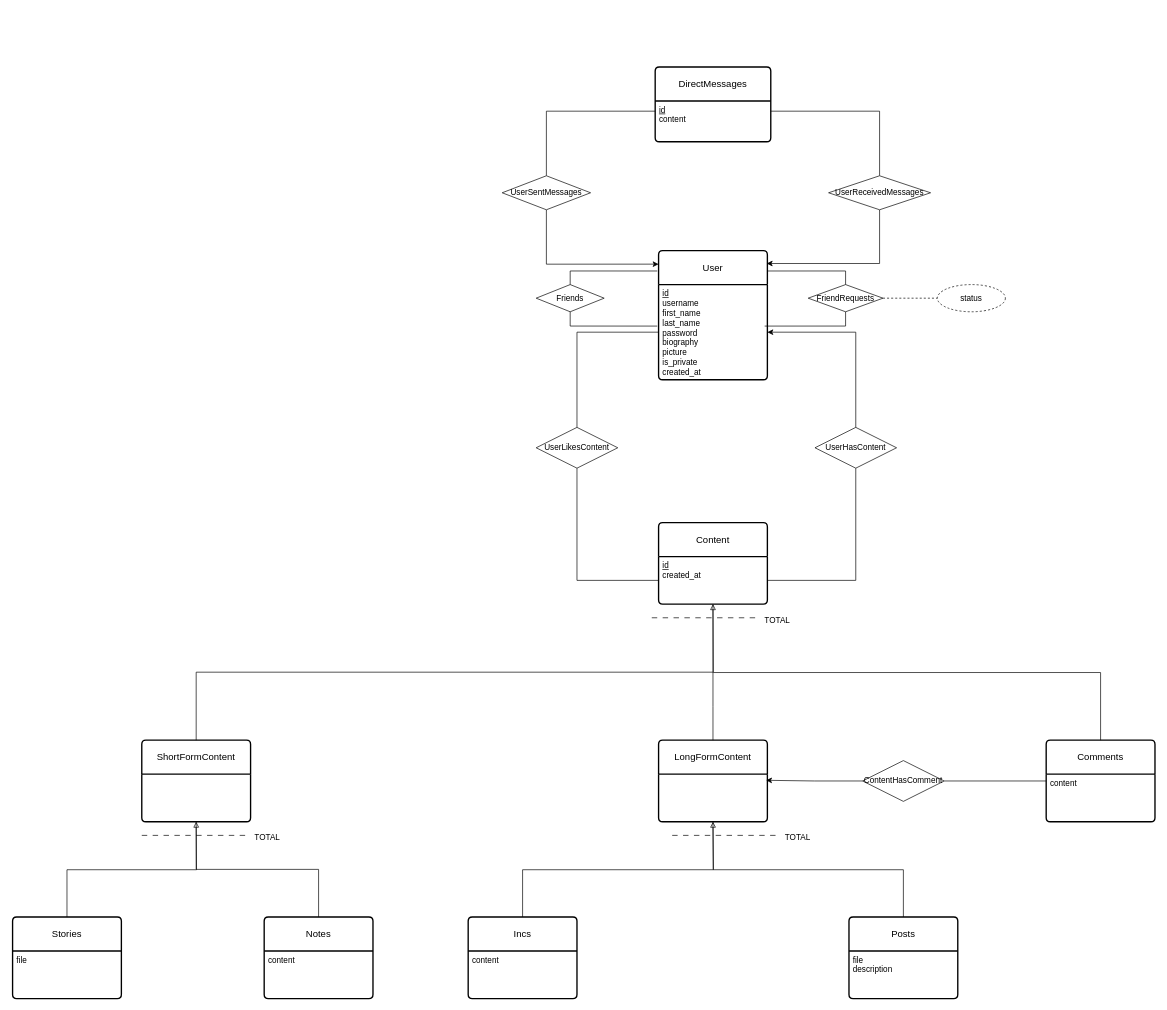
Above: docs/database/ER/ModeloEntidadeRelacao.drawio in edagener0/Inclusion (draw.io), before the change. Source tidied: cells renumbered, new cells numbered last; positions are measured from the earlier drawing's top-left corner, leaving out a move shared by most shapes. Both pictures are drawn from the tidied source at 68%, with x=0, y=0 at pixel (12, 67).
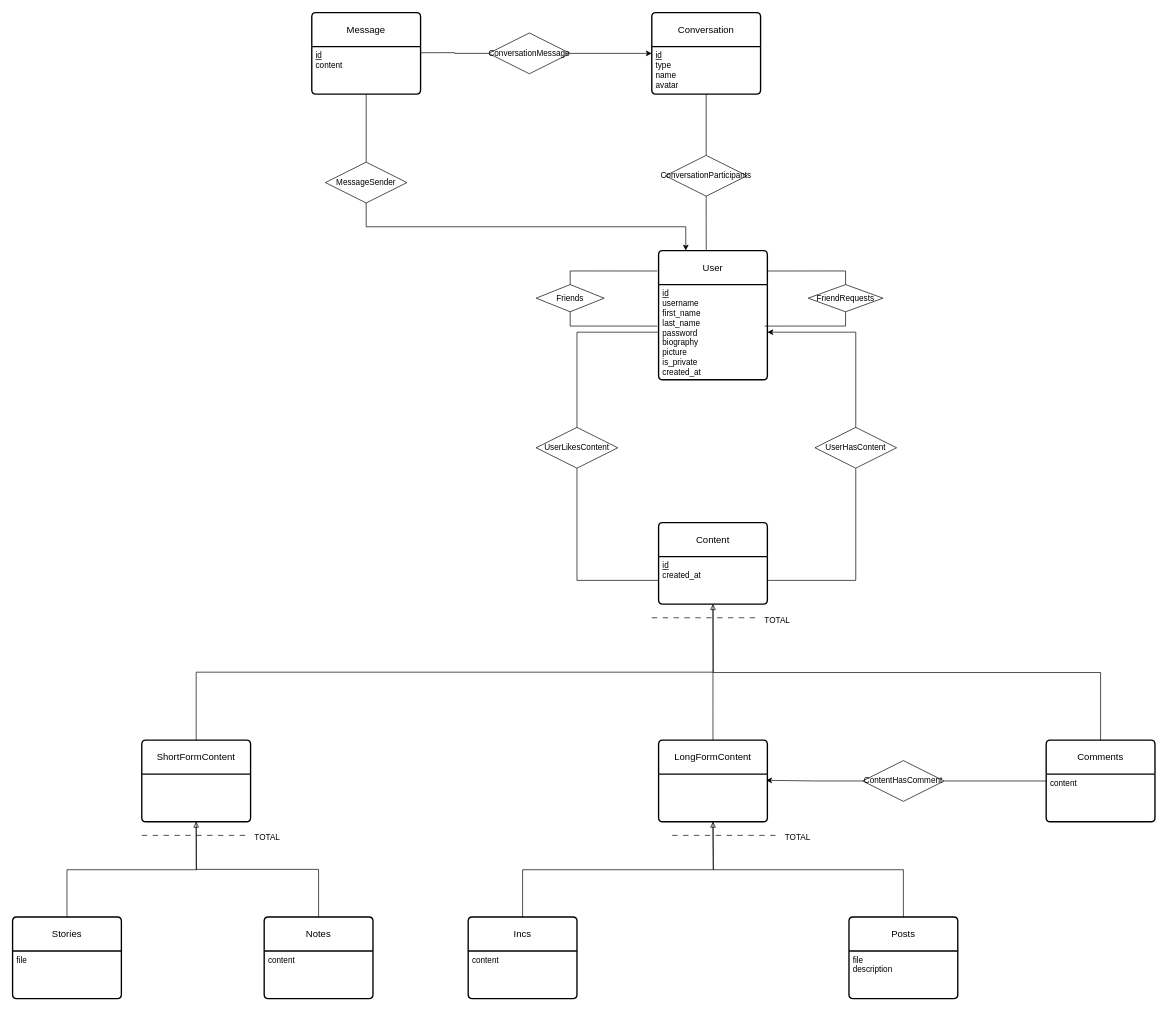
The same page after the edit.

Commit message (it also covers changes not shown here):
docs: melhorou-se o modelo ER e relacional da bd

The change refers to these unchanged cells:
```xml
<mxCell id="2" value="User" style="swimlane;horizontal=1;startSize=50;rounded=1;fontSize=14;fontStyle=0;strokeWidth=2;shadow=0;dashed=0;align=center;arcSize=4;whiteSpace=wrap;html=1;" parent="1" vertex="1">
  <mxGeometry x="950" y="270" width="160" height="190" as="geometry" />
</mxCell>
<mxCell id="46" value="FriendRequests" style="shape=rhombus;perimeter=rhombusPerimeter;whiteSpace=wrap;html=1;align=center;" parent="1" vertex="1">
  <mxGeometry x="1170" y="320" width="110" height="40" as="geometry" />
</mxCell>
```

The edit, as a diff of the source:
```diff
@@
+    <mxCell id="59" style="edgeStyle=orthogonalEdgeStyle;rounded=0;jettySize=auto;html=1;exitX=0.25;exitY=0;exitDx=0;exitDy=0;entryX=0.5;entryY=1;entryDx=0;entryDy=0;startArrow=classic;startFill=1;endArrow=none;" parent="1" edge="1" source="2" target="70">
+      <mxGeometry relative="1" as="geometry" />
+    </mxCell>
@@
-    <mxCell id="49" style="endArrow=none;html=1;rounded=0;exitX=1;exitY=0.5;exitDx=0;exitDy=0;dashed=1;entryX=0;entryY=0.5;entryDx=0;entryDy=0;" parent="1" edge="1" source="46" target="50">
-      <mxGeometry relative="1" as="geometry" />
-    </mxCell>
-    <mxCell id="50" value="status" style="ellipse;whiteSpace=wrap;html=1;align=center;dashed=1;" parent="1" vertex="1">
-      <mxGeometry x="1360" y="320" width="100" height="40" as="geometry" />
-    </mxCell>
-    <mxCell id="51" value="DirectMessages" style="swimlane;horizontal=1;startSize=50;rounded=1;fontSize=14;fontStyle=0;strokeWidth=2;shadow=0;dashed=0;align=center;arcSize=4;whiteSpace=wrap;html=1;" parent="1" vertex="1">
-      <mxGeometry x="945" width="170" height="110" as="geometry" />
-    </mxCell>
+    <mxCell id="54" style="edgeStyle=orthogonalEdgeStyle;rounded=0;orthogonalLoop=1;jettySize=auto;html=1;exitX=0.5;exitY=0;exitDx=0;exitDy=0;entryX=0;entryY=0.25;entryDx=0;entryDy=0;endArrow=none;startFill=0;" parent="1" edge="1">
+      <mxGeometry relative="1" as="geometry">
+        <mxPoint x="945" y="65" as="targetPoint" />
+      </mxGeometry>
+    </mxCell>
+    <mxCell id="57" style="edgeStyle=orthogonalEdgeStyle;rounded=0;orthogonalLoop=1;jettySize=auto;html=1;exitX=0.5;exitY=0;exitDx=0;exitDy=0;entryX=1;entryY=0.25;entryDx=0;entryDy=0;endArrow=none;startFill=0;" parent="1" edge="1">
+      <mxGeometry relative="1" as="geometry">
+        <mxPoint x="1115" y="65" as="targetPoint" />
+      </mxGeometry>
+    </mxCell>
+    <mxCell id="60" value="Conversation" style="swimlane;horizontal=1;startSize=50;rounded=1;fontSize=14;fontStyle=0;strokeWidth=2;shadow=0;dashed=0;align=center;arcSize=4;whiteSpace=wrap;html=1;" parent="1" vertex="1">
+      <mxGeometry x="940" y="-80" width="160" height="120" as="geometry" />
+    </mxCell>
+    <mxCell id="61" value="&lt;u&gt;id&lt;/u&gt;&lt;div&gt;type&lt;/div&gt;&lt;div&gt;name&lt;/div&gt;&lt;div&gt;avatar&lt;/div&gt;" style="align=left;strokeColor=none;fillColor=none;spacingLeft=4;spacingRight=4;fontSize=12;verticalAlign=top;html=1;whiteSpace=wrap;" parent="60" vertex="1">
+      <mxGeometry y="50" width="160" height="70" as="geometry" />
+    </mxCell>
+    <mxCell id="62" style="edgeStyle=orthogonalEdgeStyle;rounded=0;jettySize=auto;html=1;exitX=0.5;exitY=0;exitDx=0;exitDy=0;entryX=0.5;entryY=1;entryDx=0;entryDy=0;endArrow=none;startFill=0;" parent="1" edge="1" source="63" target="61">
+      <mxGeometry relative="1" as="geometry" />
+    </mxCell>
+    <mxCell id="63" value="ConversationParticipants" style="shape=rhombus;perimeter=rhombusPerimeter;whiteSpace=wrap;html=1;align=center;" parent="1" vertex="1">
+      <mxGeometry x="960" y="130" width="120" height="60" as="geometry" />
+    </mxCell>
+    <mxCell id="64" style="edgeStyle=orthogonalEdgeStyle;rounded=0;jettySize=auto;html=1;exitX=0.5;exitY=1;exitDx=0;exitDy=0;entryX=0.438;entryY=0;entryDx=0;entryDy=0;entryPerimeter=0;endArrow=none;startFill=0;" parent="1" edge="1" source="63" target="2">
+      <mxGeometry relative="1" as="geometry" />
+    </mxCell>
+    <mxCell id="65" value="Message" style="swimlane;horizontal=1;startSize=50;rounded=1;fontSize=14;fontStyle=0;strokeWidth=2;shadow=0;dashed=0;align=center;arcSize=4;whiteSpace=wrap;html=1;" parent="1" vertex="1">
+      <mxGeometry x="440" y="-80" width="160" height="120" as="geometry" />
+    </mxCell>
-    <mxCell id="52" value="&lt;div&gt;&lt;u&gt;id&lt;/u&gt;&lt;/div&gt;content" style="align=left;strokeColor=none;fillColor=none;spacingLeft=4;spacingRight=4;fontSize=12;verticalAlign=top;html=1;whiteSpace=wrap;" parent="51" vertex="1">
-      <mxGeometry y="50" width="170" height="60" as="geometry" />
+    <mxCell id="52" value="&lt;u&gt;id&lt;/u&gt;&lt;div&gt;content&lt;/div&gt;" style="align=left;strokeColor=none;fillColor=none;spacingLeft=4;spacingRight=4;fontSize=12;verticalAlign=top;html=1;whiteSpace=wrap;" parent="65" vertex="1">
+      <mxGeometry y="50" width="160" height="70" as="geometry" />
     </mxCell>
-    <mxCell id="53" style="edgeStyle=orthogonalEdgeStyle;rounded=0;jettySize=auto;html=1;exitX=0.5;exitY=1;exitDx=0;exitDy=0;entryX=0;entryY=0.105;entryDx=0;entryDy=0;entryPerimeter=0;" parent="1" edge="1" source="55" target="2">
-      <mxGeometry relative="1" as="geometry" />
-    </mxCell>
-    <mxCell id="54" style="edgeStyle=orthogonalEdgeStyle;rounded=0;jettySize=auto;html=1;exitX=0.5;exitY=0;exitDx=0;exitDy=0;entryX=0;entryY=0.25;entryDx=0;entryDy=0;endArrow=none;startFill=0;" parent="1" edge="1" source="55" target="52">
-      <mxGeometry relative="1" as="geometry" />
-    </mxCell>
-    <mxCell id="55" value="UserSentMessages" style="shape=rhombus;perimeter=rhombusPerimeter;whiteSpace=wrap;html=1;align=center;" parent="1" vertex="1">
-      <mxGeometry x="720" y="160" width="130" height="50" as="geometry" />
-    </mxCell>
-    <mxCell id="56" style="edgeStyle=orthogonalEdgeStyle;rounded=0;jettySize=auto;html=1;exitX=0.5;exitY=1;exitDx=0;exitDy=0;entryX=0.994;entryY=0.1;entryDx=0;entryDy=0;entryPerimeter=0;" parent="1" edge="1" source="58" target="2">
-      <mxGeometry relative="1" as="geometry" />
-    </mxCell>
-    <mxCell id="57" style="edgeStyle=orthogonalEdgeStyle;rounded=0;jettySize=auto;html=1;exitX=0.5;exitY=0;exitDx=0;exitDy=0;entryX=1;entryY=0.25;entryDx=0;entryDy=0;endArrow=none;startFill=0;" parent="1" edge="1" source="58" target="52">
-      <mxGeometry relative="1" as="geometry" />
-    </mxCell>
-    <mxCell id="58" value="UserReceivedMessages" style="shape=rhombus;perimeter=rhombusPerimeter;whiteSpace=wrap;html=1;align=center;" parent="1" vertex="1">
-      <mxGeometry x="1200" y="160" width="150" height="50" as="geometry" />
-    </mxCell>
+    <mxCell id="66" style="edgeStyle=orthogonalEdgeStyle;rounded=0;jettySize=auto;html=1;exitX=1;exitY=0.5;exitDx=0;exitDy=0;entryX=0;entryY=0.5;entryDx=0;entryDy=0;" parent="1" edge="1" source="67" target="60">
+      <mxGeometry relative="1" as="geometry" />
+    </mxCell>
+    <mxCell id="67" value="ConversationMessage" style="shape=rhombus;perimeter=rhombusPerimeter;whiteSpace=wrap;html=1;align=center;" parent="1" vertex="1">
+      <mxGeometry x="700" y="-50" width="120" height="60" as="geometry" />
+    </mxCell>
+    <mxCell id="68" style="edgeStyle=orthogonalEdgeStyle;rounded=0;jettySize=auto;html=1;exitX=0;exitY=0.5;exitDx=0;exitDy=0;entryX=0.994;entryY=0.129;entryDx=0;entryDy=0;entryPerimeter=0;endArrow=none;startFill=0;" parent="1" edge="1" source="67" target="52">
+      <mxGeometry relative="1" as="geometry" />
+    </mxCell>
+    <mxCell id="69" style="edgeStyle=orthogonalEdgeStyle;rounded=0;jettySize=auto;html=1;exitX=0.5;exitY=0;exitDx=0;exitDy=0;entryX=0.5;entryY=1;entryDx=0;entryDy=0;endArrow=none;startFill=0;" parent="1" edge="1" source="70" target="52">
+      <mxGeometry relative="1" as="geometry" />
+    </mxCell>
+    <mxCell id="70" value="MessageSender" style="shape=rhombus;perimeter=rhombusPerimeter;whiteSpace=wrap;html=1;align=center;" parent="1" vertex="1">
+      <mxGeometry x="460" y="140" width="120" height="60" as="geometry" />
+    </mxCell>
```
